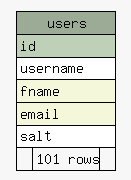
The Graphviz diagram dbDocs/diagrams/summary/users.1degree.png in btv/DED_backend, before a commit. Its source is kept beside it as dbDocs/diagrams/summary/users.1degree.dot. Source of this version:
```dot
digraph "users" {
  graph [
    rankdir="RL"
    bgcolor="#f7f7f7"
    nodesep="0.18"
    ranksep="0.46"
    fontname="Helvetica"
    fontsize="11"
  ];
  node [
    fontname="Helvetica"
    fontsize="11"
    shape="plaintext"
  ];
  edge [
    arrowsize="0.8"
  ];
  "users" [
    label=<
    <TABLE BORDER="0" CELLBORDER="1" CELLSPACING="0" BGCOLOR="#ffffff">
      <TR><TD COLSPAN="3" BGCOLOR="#9bab96" ALIGN="CENTER">users</TD></TR>
      <TR><TD PORT="id" COLSPAN="3" BGCOLOR="#bed1b8" ALIGN="LEFT">id</TD></TR>
      <TR><TD PORT="username" COLSPAN="3" ALIGN="LEFT">username</TD></TR>
      <TR><TD PORT="fname" COLSPAN="3" BGCOLOR="#f4f7da" ALIGN="LEFT">fname</TD></TR>
      <TR><TD PORT="email" COLSPAN="3" BGCOLOR="#f4f7da" ALIGN="LEFT">email</TD></TR>
      <TR><TD PORT="salt" COLSPAN="3" ALIGN="LEFT">salt</TD></TR>
      <TR><TD ALIGN="LEFT" BGCOLOR="#f7f7f7">  </TD><TD ALIGN="RIGHT" BGCOLOR="#f7f7f7">101 rows</TD><TD ALIGN="RIGHT" BGCOLOR="#f7f7f7">  </TD></TR>
    </TABLE>>
    URL="tables/users.html"
    tooltip="users"
  ];
}
```
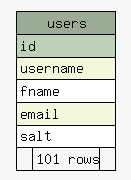
After the commit.

Change to the diagram source:
```diff
@@ -20,8 +20,8 @@
     <TABLE BORDER="0" CELLBORDER="1" CELLSPACING="0" BGCOLOR="#ffffff">
       <TR><TD COLSPAN="3" BGCOLOR="#9bab96" ALIGN="CENTER">users</TD></TR>
       <TR><TD PORT="id" COLSPAN="3" BGCOLOR="#bed1b8" ALIGN="LEFT">id</TD></TR>
-      <TR><TD PORT="username" COLSPAN="3" ALIGN="LEFT">username</TD></TR>
-      <TR><TD PORT="fname" COLSPAN="3" BGCOLOR="#f4f7da" ALIGN="LEFT">fname</TD></TR>
+      <TR><TD PORT="username" COLSPAN="3" BGCOLOR="#f4f7da" ALIGN="LEFT">username</TD></TR>
+      <TR><TD PORT="fname" COLSPAN="3" ALIGN="LEFT">fname</TD></TR>
       <TR><TD PORT="email" COLSPAN="3" BGCOLOR="#f4f7da" ALIGN="LEFT">email</TD></TR>
       <TR><TD PORT="salt" COLSPAN="3" ALIGN="LEFT">salt</TD></TR>
       <TR><TD ALIGN="LEFT" BGCOLOR="#f7f7f7">  </TD><TD ALIGN="RIGHT" BGCOLOR="#f7f7f7">101 rows</TD><TD ALIGN="RIGHT" BGCOLOR="#f7f7f7">  </TD></TR>
```
